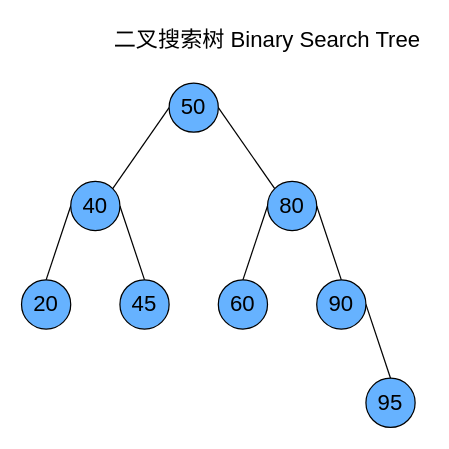
Earlier version of the draw.io diagram files/data_structure/tree/二叉搜索树.drawio (weizhiqimail/draw.io.repo). Source tidied: cells renumbered, new cells numbered last; positions are measured from the earlier drawing's top-left corner, leaving out a move shared by most shapes. Both pictures are drawn from the tidied source at 123%, with x=0, y=0 at pixel (21, 21).
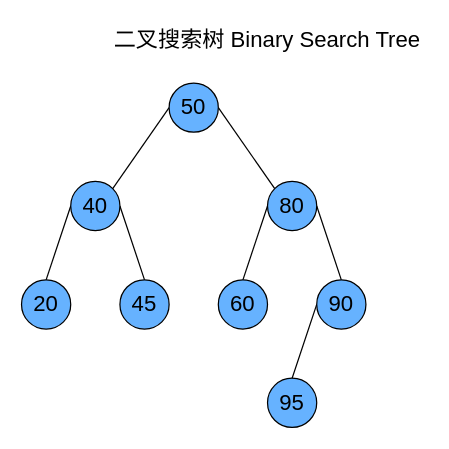
After the change.

The edit, as a diff of the source:
```diff
@@
 <mxGraphModel background="#FFFFFF">
   <root>
     <mxCell id="0" />
     <mxCell id="1" parent="0" />
     <mxCell id="2" style="edgeStyle=none;html=1;exitX=0;exitY=0.5;exitDx=0;exitDy=0;entryX=1;entryY=0;entryDx=0;entryDy=0;endArrow=none;endFill=0;" parent="1" edge="1" source="4" target="7">
       <mxGeometry relative="1" as="geometry" />
     </mxCell>
     <mxCell id="3" style="edgeStyle=none;html=1;exitX=1;exitY=0.5;exitDx=0;exitDy=0;entryX=0;entryY=0;entryDx=0;entryDy=0;endArrow=none;endFill=0;" parent="1" edge="1" source="4" target="12">
       <mxGeometry relative="1" as="geometry" />
     </mxCell>
     <mxCell id="4" value="&lt;font style=&quot;color: rgb(0, 0, 0); font-size: 18px;&quot;&gt;50&lt;/font&gt;" style="ellipse;whiteSpace=wrap;html=1;fillColor=#66B2FF;" parent="1" vertex="1">
       <mxGeometry x="120" y="50" width="40" height="40" as="geometry" />
     </mxCell>
     <mxCell id="5" style="edgeStyle=none;html=1;exitX=1;exitY=0.5;exitDx=0;exitDy=0;entryX=0.5;entryY=0;entryDx=0;entryDy=0;endArrow=none;endFill=0;" parent="1" edge="1" source="7" target="8">
       <mxGeometry relative="1" as="geometry" />
     </mxCell>
     <mxCell id="6" style="edgeStyle=none;html=1;exitX=0;exitY=0.5;exitDx=0;exitDy=0;entryX=0.5;entryY=0;entryDx=0;entryDy=0;endArrow=none;endFill=0;" parent="1" edge="1" source="7" target="9">
       <mxGeometry relative="1" as="geometry" />
     </mxCell>
     <mxCell id="7" value="&lt;font style=&quot;color: rgb(0, 0, 0); font-size: 18px;&quot;&gt;40&lt;/font&gt;" style="ellipse;whiteSpace=wrap;html=1;fillColor=#66B2FF;" parent="1" vertex="1">
       <mxGeometry x="40" y="130" width="40" height="40" as="geometry" />
     </mxCell>
     <mxCell id="8" value="&lt;font style=&quot;color: rgb(0, 0, 0); font-size: 18px;&quot;&gt;45&lt;/font&gt;" style="ellipse;whiteSpace=wrap;html=1;fillColor=#66B2FF;" parent="1" vertex="1">
       <mxGeometry x="80" y="210" width="40" height="40" as="geometry" />
     </mxCell>
     <mxCell id="9" value="&lt;font style=&quot;color: rgb(0, 0, 0); font-size: 18px;&quot;&gt;20&lt;/font&gt;" style="ellipse;whiteSpace=wrap;html=1;fillColor=#66B2FF;" parent="1" vertex="1">
       <mxGeometry y="210" width="40" height="40" as="geometry" />
     </mxCell>
     <mxCell id="10" style="edgeStyle=none;html=1;exitX=1;exitY=0.5;exitDx=0;exitDy=0;entryX=0.5;entryY=0;entryDx=0;entryDy=0;endArrow=none;endFill=0;" parent="1" edge="1" source="12" target="15">
       <mxGeometry relative="1" as="geometry" />
     </mxCell>
     <mxCell id="11" style="edgeStyle=none;html=1;exitX=0;exitY=0.5;exitDx=0;exitDy=0;entryX=0.5;entryY=0;entryDx=0;entryDy=0;endArrow=none;endFill=0;" parent="1" edge="1" source="12" target="16">
       <mxGeometry relative="1" as="geometry" />
     </mxCell>
     <mxCell id="12" value="&lt;font style=&quot;color: rgb(0, 0, 0); font-size: 18px;&quot;&gt;80&lt;/font&gt;" style="ellipse;whiteSpace=wrap;html=1;fillColor=#66B2FF;" parent="1" vertex="1">
       <mxGeometry x="200" y="130" width="40" height="40" as="geometry" />
     </mxCell>
     <mxCell id="13" value="&lt;font style=&quot;color: rgb(0, 0, 0); font-size: 18px;&quot;&gt;95&lt;/font&gt;" style="ellipse;whiteSpace=wrap;html=1;fillColor=#66B2FF;" parent="1" vertex="1">
-      <mxGeometry x="280" y="290" width="40" height="40" as="geometry" />
+      <mxGeometry x="200" y="290" width="40" height="40" as="geometry" />
     </mxCell>
-    <mxCell id="14" style="edgeStyle=none;html=1;exitX=1;exitY=0.5;exitDx=0;exitDy=0;entryX=0.5;entryY=0;entryDx=0;entryDy=0;endArrow=none;endFill=0;" parent="1" edge="1" source="15" target="13">
+    <mxCell id="14" style="edgeStyle=none;html=1;exitX=0;exitY=0.5;exitDx=0;exitDy=0;entryX=0.5;entryY=0;entryDx=0;entryDy=0;endArrow=none;endFill=0;" parent="1" edge="1" source="15" target="13">
       <mxGeometry relative="1" as="geometry" />
     </mxCell>
     <mxCell id="15" value="&lt;font style=&quot;color: rgb(0, 0, 0); font-size: 18px;&quot;&gt;90&lt;/font&gt;" style="ellipse;whiteSpace=wrap;html=1;fillColor=#66B2FF;" parent="1" vertex="1">
       <mxGeometry x="240" y="210" width="40" height="40" as="geometry" />
     </mxCell>
     <mxCell id="16" value="&lt;font style=&quot;color: rgb(0, 0, 0); font-size: 18px;&quot;&gt;60&lt;/font&gt;" style="ellipse;whiteSpace=wrap;html=1;fillColor=#66B2FF;" parent="1" vertex="1">
       <mxGeometry x="160" y="210" width="40" height="40" as="geometry" />
     </mxCell>
     <mxCell id="17" value="&lt;font style=&quot;font-size: 18px;&quot;&gt;二叉搜索树 Binary Search Tree&lt;/font&gt;" style="text;html=1;align=center;verticalAlign=middle;whiteSpace=wrap;rounded=0;" parent="1" vertex="1">
       <mxGeometry x="70" width="260" height="30" as="geometry" />
     </mxCell>
   </root>
 </mxGraphModel>
```
